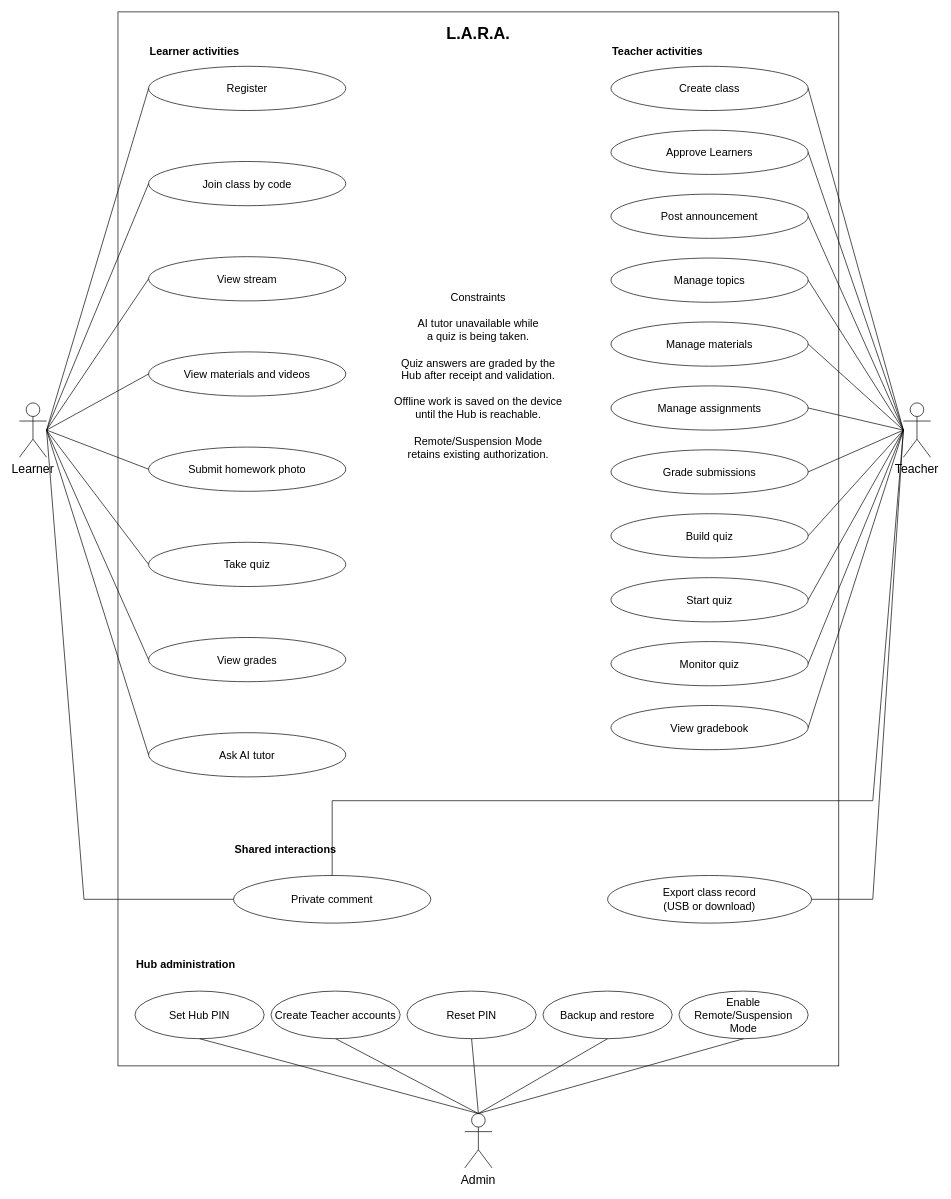
The draw.io diagram docs/thesis/chapter-3/diagrams/use-case.drawio in BootlegYouki/L.A.R.A, before the edit. Source tidied: cells renumbered, new cells numbered last; positions are measured from the earlier drawing's top-left corner, leaving out a move shared by most shapes. Both pictures are drawn from the tidied source at 68%, with x=0, y=0 at pixel (19, 12).
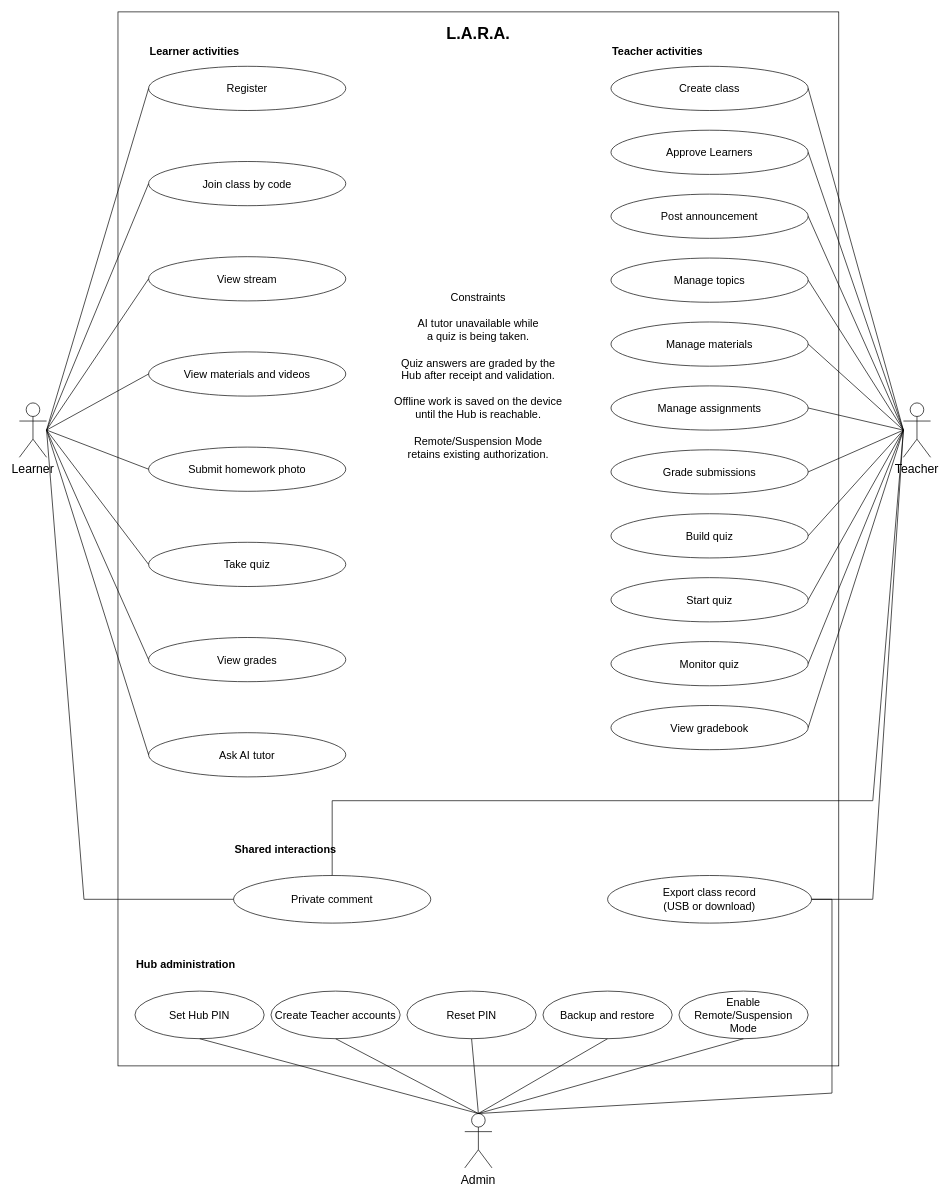
Above is the later version.

The change refers to these unchanged cells:
```xml
<mxCell id="5" value="Admin" style="fontFamily=Arial;fontSize=16;fontColor=#000000;strokeColor=#000000;fillColor=#FFFFFF;shape=umlActor;verticalLabelPosition=bottom;verticalAlign=top;align=center;outlineConnect=0;fontSize=18;" parent="1" vertex="1">
  <mxGeometry x="655" y="1620" width="40" height="80" as="geometry" />
</mxCell>
<mxCell id="29" value="Export class record&#10;(USB or download)" style="fontFamily=Arial;fontSize=16;fontColor=#000000;strokeColor=#000000;fillColor=#FFFFFF;ellipse;whiteSpace=wrap;html=0;" parent="1" vertex="1">
  <mxGeometry x="865" y="1270" width="300" height="70" as="geometry" />
</mxCell>
```

The edit, as a diff of the source:
```diff
@@
+    <mxCell id="64" style="fontFamily=Arial;fontSize=16;fontColor=#000000;strokeColor=#000000;fillColor=#FFFFFF;endArrow=none;startArrow=none;rounded=0;html=0;strokeWidth=1;exitX=0.5;exitY=0;entryX=1;entryY=0.5;" parent="1" edge="1" source="5" target="29">
+      <mxGeometry relative="1" as="geometry">
+        <Array as="points">
+          <mxPoint x="1195" y="1590" />
+          <mxPoint x="1195" y="1305" />
+        </Array>
+      </mxGeometry>
+    </mxCell>
```
